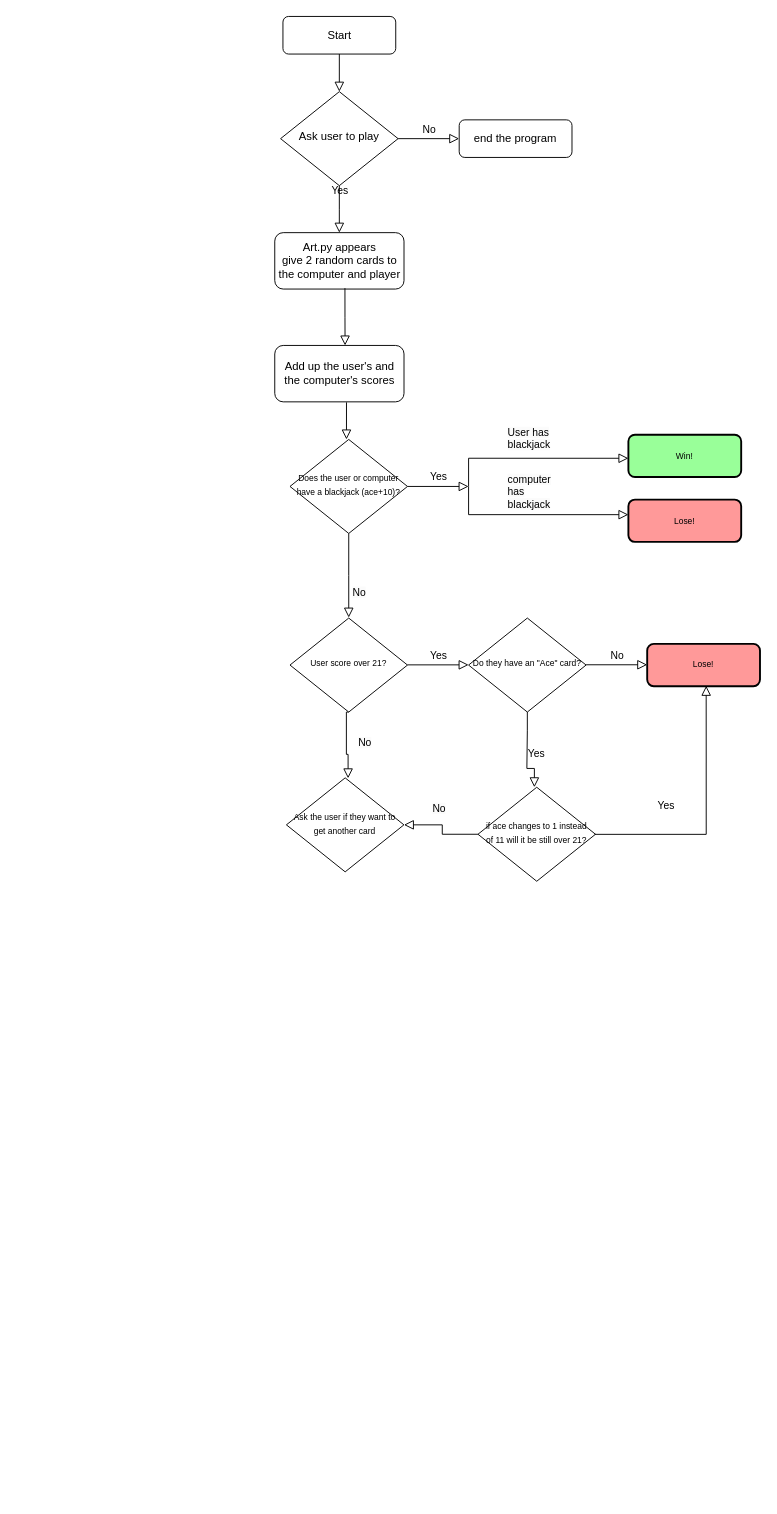
Above: Black Jack.drawio in yaboidimsum/100-Days-of-Python (draw.io), before the change. Source tidied: cells renumbered, new cells numbered last; positions are measured from the earlier drawing's top-left corner, leaving out a move shared by most shapes. Both pictures are drawn from the tidied source at 94%, with x=0, y=0 at pixel (274, 16).
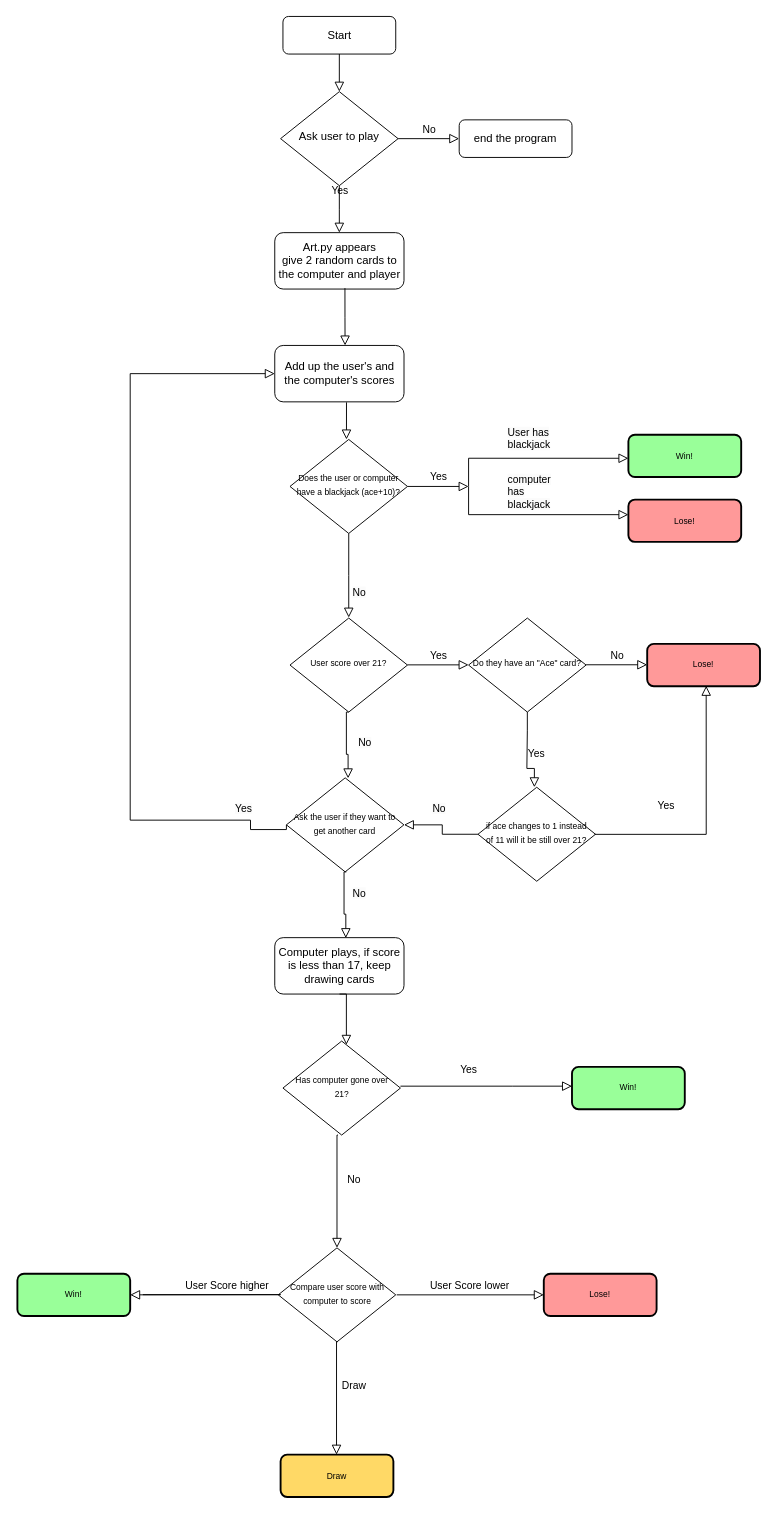
The same page after the edit.

The change refers to these unchanged cells:
```xml
<mxCell id="10" value="Add up the user's and the computer's scores" style="rounded=1;whiteSpace=wrap;html=1;fontSize=12;glass=0;strokeWidth=1;shadow=0;" parent="1" vertex="1">
  <mxGeometry x="-0.2" y="350" width="137.5" height="60" as="geometry" />
</mxCell>
<mxCell id="30" value="&lt;font style=&quot;font-size: 9px;&quot;&gt;Ask the user if they want to get another card&lt;/font&gt;" style="rhombus;whiteSpace=wrap;html=1;shadow=0;fontFamily=Helvetica;fontSize=12;align=center;strokeWidth=1;spacing=6;spacingTop=-4;" parent="1" vertex="1">
  <mxGeometry x="12.2" y="810" width="125" height="100" as="geometry" />
</mxCell>
```

Diff of the diagram source:
```diff
@@
+    <mxCell id="35" style="rounded=0;html=1;jettySize=auto;fontSize=11;endArrow=block;endFill=0;endSize=8;strokeWidth=1;shadow=0;labelBackgroundColor=none;edgeStyle=orthogonalEdgeStyle;exitX=0;exitY=0.5;exitDx=0;exitDy=0;entryX=0;entryY=0.5;entryDx=0;entryDy=0;" parent="1" edge="1" source="30" target="10">
+      <mxGeometry y="20" relative="1" as="geometry">
+        <Array as="points">
+          <mxPoint x="12" y="865" />
+          <mxPoint x="-26" y="865" />
+          <mxPoint x="-26" y="855" />
+          <mxPoint x="-154" y="855" />
+          <mxPoint x="-154" y="380" />
+        </Array>
+      </mxGeometry>
+    </mxCell>
+    <mxCell id="36" value="&lt;span style=&quot;color: rgb(0, 0, 0); font-family: Helvetica; font-size: 11px; font-style: normal; font-variant-ligatures: normal; font-variant-caps: normal; font-weight: 400; letter-spacing: normal; orphans: 2; text-align: center; text-indent: 0px; text-transform: none; widows: 2; word-spacing: 0px; -webkit-text-stroke-width: 0px; background-color: rgb(251, 251, 251); text-decoration-thickness: initial; text-decoration-style: initial; text-decoration-color: initial; float: none; display: inline !important;&quot;&gt;Yes&lt;/span&gt;" style="text;whiteSpace=wrap;html=1;fontSize=9;" parent="1" vertex="1">
+      <mxGeometry x="-44" y="830" width="50" height="40" as="geometry" />
+    </mxCell>
+    <mxCell id="37" style="rounded=0;html=1;jettySize=auto;orthogonalLoop=1;fontSize=11;endArrow=block;endFill=0;endSize=8;strokeWidth=1;shadow=0;labelBackgroundColor=none;edgeStyle=orthogonalEdgeStyle;exitX=0.5;exitY=1;exitDx=0;exitDy=0;entryX=0.525;entryY=0.005;entryDx=0;entryDy=0;entryPerimeter=0;" parent="1" edge="1">
+      <mxGeometry y="20" relative="1" as="geometry">
+        <mxPoint x="76" y="910" as="sourcePoint" />
+        <mxPoint x="75.4" y="980.5" as="targetPoint" />
+        <Array as="points">
+          <mxPoint x="73.5" y="910" />
+          <mxPoint x="73.5" y="955" />
+          <mxPoint x="75.5" y="955" />
+        </Array>
+      </mxGeometry>
+    </mxCell>
+    <mxCell id="38" value="&lt;span style=&quot;color: rgb(0, 0, 0); font-family: Helvetica; font-size: 11px; font-style: normal; font-variant-ligatures: normal; font-variant-caps: normal; font-weight: 400; letter-spacing: normal; orphans: 2; text-align: center; text-indent: 0px; text-transform: none; widows: 2; word-spacing: 0px; -webkit-text-stroke-width: 0px; background-color: rgb(251, 251, 251); text-decoration-thickness: initial; text-decoration-style: initial; text-decoration-color: initial; float: none; display: inline !important;&quot;&gt;No&lt;/span&gt;" style="text;whiteSpace=wrap;html=1;fontSize=9;" parent="1" vertex="1">
+      <mxGeometry x="81" y="920" width="50" height="40" as="geometry" />
+    </mxCell>
+    <mxCell id="39" value="Computer plays, if score is less than 17, keep drawing cards" style="rounded=1;whiteSpace=wrap;html=1;fontSize=12;glass=0;strokeWidth=1;shadow=0;" parent="1" vertex="1">
+      <mxGeometry x="-0.2" y="980" width="137.5" height="60" as="geometry" />
+    </mxCell>
+    <mxCell id="40" value="&lt;font style=&quot;font-size: 9px;&quot;&gt;Has computer gone over 21?&lt;/font&gt;" style="rhombus;whiteSpace=wrap;html=1;shadow=0;fontFamily=Helvetica;fontSize=12;align=center;strokeWidth=1;spacing=6;spacingTop=-4;" parent="1" vertex="1">
+      <mxGeometry x="8.5" y="1090" width="125" height="100" as="geometry" />
+    </mxCell>
+    <mxCell id="41" value="Yes" style="edgeStyle=orthogonalEdgeStyle;rounded=0;html=1;jettySize=auto;orthogonalLoop=1;fontSize=11;endArrow=block;endFill=0;endSize=8;strokeWidth=1;shadow=0;labelBackgroundColor=none;exitX=0.993;exitY=0.501;exitDx=0;exitDy=0;exitPerimeter=0;" parent="1" edge="1">
+      <mxGeometry x="-0.21" y="18" relative="1" as="geometry">
+        <mxPoint x="133.5" y="1138" as="sourcePoint" />
+        <mxPoint x="316" y="1138" as="targetPoint" />
+        <Array as="points">
+          <mxPoint x="252.4" y="1137.9" />
+        </Array>
+      </mxGeometry>
+    </mxCell>
+    <mxCell id="42" value="Win!" style="rounded=1;whiteSpace=wrap;html=1;absoluteArcSize=1;arcSize=14;strokeWidth=2;fontSize=9;fillColor=#99FF99;" parent="1" vertex="1">
+      <mxGeometry x="316" y="1117.5" width="120" height="45" as="geometry" />
+    </mxCell>
+    <mxCell id="43" style="edgeStyle=orthogonalEdgeStyle;rounded=0;html=1;jettySize=auto;fontSize=11;endArrow=block;endFill=0;endSize=8;strokeWidth=1;shadow=0;labelBackgroundColor=none;exitX=0.993;exitY=0.501;exitDx=0;exitDy=0;exitPerimeter=0;" parent="1" edge="1" target="40">
+      <mxGeometry x="-0.21" y="18" relative="1" as="geometry">
+        <mxPoint x="68.7" y="1040" as="sourcePoint" />
+        <Array as="points">
+          <mxPoint x="76" y="1040" />
+        </Array>
+      </mxGeometry>
+    </mxCell>
+    <mxCell id="44" value="No" style="edgeStyle=orthogonalEdgeStyle;rounded=0;html=1;jettySize=auto;orthogonalLoop=1;fontSize=11;endArrow=block;endFill=0;endSize=8;strokeWidth=1;shadow=0;labelBackgroundColor=none;exitX=0.993;exitY=0.501;exitDx=0;exitDy=0;exitPerimeter=0;" parent="1" edge="1">
+      <mxGeometry x="-0.21" y="18" relative="1" as="geometry">
+        <mxPoint x="67" y="1190" as="sourcePoint" />
+        <mxPoint x="66" y="1310" as="targetPoint" />
+        <Array as="points">
+          <mxPoint x="66" y="1190" />
+          <mxPoint x="66" y="1300" />
+        </Array>
+      </mxGeometry>
+    </mxCell>
+    <mxCell id="45" value="&lt;font style=&quot;font-size: 9px;&quot;&gt;Compare user score with computer to score&lt;/font&gt;" style="rhombus;whiteSpace=wrap;html=1;shadow=0;fontFamily=Helvetica;fontSize=12;align=center;strokeWidth=1;spacing=6;spacingTop=-4;" parent="1" vertex="1">
+      <mxGeometry x="3.5" y="1310" width="125" height="100" as="geometry" />
+    </mxCell>
+    <mxCell id="46" value="User Score lower" style="edgeStyle=orthogonalEdgeStyle;rounded=0;html=1;jettySize=auto;orthogonalLoop=1;fontSize=11;endArrow=block;endFill=0;endSize=8;strokeWidth=1;shadow=0;labelBackgroundColor=none;exitX=0.993;exitY=0.501;exitDx=0;exitDy=0;exitPerimeter=0;" parent="1" edge="1">
+      <mxGeometry x="-0.02" y="10" relative="1" as="geometry">
+        <mxPoint x="129.5" y="1360" as="sourcePoint" />
+        <mxPoint x="286" y="1360" as="targetPoint" />
+        <Array as="points">
+          <mxPoint x="276" y="1360" />
+        </Array>
+      </mxGeometry>
+    </mxCell>
+    <mxCell id="47" value="User Score higher" style="edgeStyle=orthogonalEdgeStyle;rounded=0;html=1;jettySize=auto;orthogonalLoop=1;fontSize=11;endArrow=block;endFill=0;endSize=8;strokeWidth=1;shadow=0;labelBackgroundColor=none;exitX=0.993;exitY=0.501;exitDx=0;exitDy=0;exitPerimeter=0;" parent="1" edge="1">
+      <mxGeometry x="-0.42" y="10" relative="1" as="geometry">
+        <mxPoint x="-140.5" y="1359.8" as="sourcePoint" />
+        <mxPoint x="-154" y="1360" as="targetPoint" />
+        <Array as="points">
+          <mxPoint x="6" y="1359.8" />
+        </Array>
+      </mxGeometry>
+    </mxCell>
+    <mxCell id="48" value="Draw" style="edgeStyle=orthogonalEdgeStyle;rounded=0;html=1;jettySize=auto;orthogonalLoop=1;fontSize=11;endArrow=block;endFill=0;endSize=8;strokeWidth=1;shadow=0;labelBackgroundColor=none;exitX=0.993;exitY=0.501;exitDx=0;exitDy=0;exitPerimeter=0;" parent="1" edge="1">
+      <mxGeometry x="-0.21" y="18" relative="1" as="geometry">
+        <mxPoint x="66.5" y="1410" as="sourcePoint" />
+        <mxPoint x="65.5" y="1530" as="targetPoint" />
+        <Array as="points">
+          <mxPoint x="65.5" y="1410" />
+          <mxPoint x="65.5" y="1520" />
+        </Array>
+      </mxGeometry>
+    </mxCell>
+    <mxCell id="49" value="Win!" style="rounded=1;whiteSpace=wrap;html=1;absoluteArcSize=1;arcSize=14;strokeWidth=2;fontSize=9;fillColor=#99FF99;" parent="1" vertex="1">
+      <mxGeometry x="-274" y="1337.5" width="120" height="45" as="geometry" />
+    </mxCell>
+    <mxCell id="50" value="Lose!" style="rounded=1;whiteSpace=wrap;html=1;absoluteArcSize=1;arcSize=14;strokeWidth=2;fontSize=9;fillColor=#FF9999;" parent="1" vertex="1">
+      <mxGeometry x="286" y="1337.5" width="120" height="45" as="geometry" />
+    </mxCell>
+    <mxCell id="51" value="Draw" style="rounded=1;whiteSpace=wrap;html=1;absoluteArcSize=1;arcSize=14;strokeWidth=2;fontSize=9;fillColor=#FFD966;" parent="1" vertex="1">
+      <mxGeometry x="6" y="1530" width="120" height="45" as="geometry" />
+    </mxCell>
```
